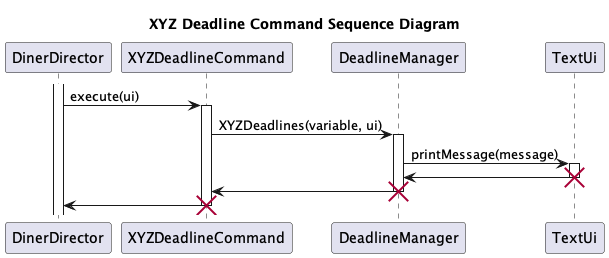
This is docs/uml/images/XYZDeadlineDiagram.png from nus-cs2113-AY2223S2/tp, a PlantUML export, as it was before one commit. Its source is kept beside it as docs/uml/XYZDeadlineDiagram.puml. The source it was exported from:
```plantuml
@startuml
title XYZ Deadline Command Sequence Diagram

activate DinerDirector

DinerDirector -> XYZDeadlineCommand: execute(ui)
activate XYZDeadlineCommand

XYZDeadlineCommand -> DeadlineManager: XYZDeadlines(variable, ui)
activate DeadlineManager

DeadlineManager -> TextUi: printMessage(message)
activate TextUi

TextUi -> DeadlineManager
deactivate TextUi
destroy TextUi

DeadlineManager -> XYZDeadlineCommand
deactivate DeadlineManager
destroy DeadlineManager

XYZDeadlineCommand -> DinerDirector
deactivate XYZDeadlineCommand
destroy XYZDeadlineCommand


@enduml
```
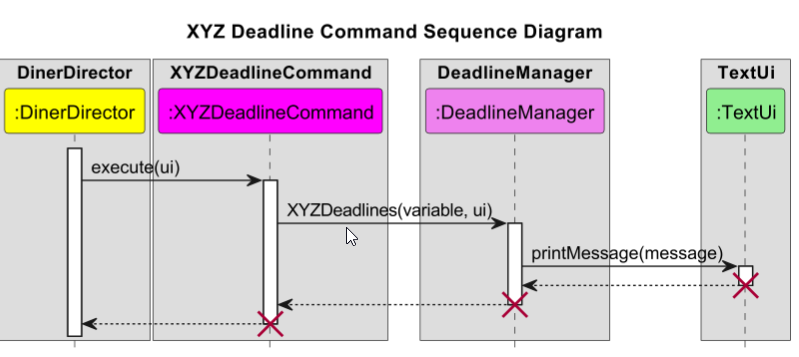
The same file after the commit.

Commit message:
Update Deadline sequence diagram

The edit, as a diff of the source:
```diff
@@ -1,6 +1,19 @@
 @startuml
+!include Style.puml
+
 title XYZ Deadline Command Sequence Diagram
-
+box "DinerDirector"
+participant ":DinerDirector" as DinerDirector DINERDIRECTOR_COLOR
+endbox
+box "XYZDeadlineCommand"
+participant ":XYZDeadlineCommand" as XYZDeadlineCommand COMMAND_COLOR
+endbox
+box "DeadlineManager"
+participant ":DeadlineManager" as DeadlineManager MANAGER_COLOR
+endbox
+box "TextUi"
+participant ":TextUi" as TextUi UI_COLOR
+endbox
 activate DinerDirector
 
 DinerDirector -> XYZDeadlineCommand: execute(ui)
@@ -12,16 +25,13 @@
 DeadlineManager -> TextUi: printMessage(message)
 activate TextUi
 
-TextUi -> DeadlineManager
-deactivate TextUi
+return
 destroy TextUi
 
-DeadlineManager -> XYZDeadlineCommand
-deactivate DeadlineManager
+return
 destroy DeadlineManager
 
-XYZDeadlineCommand -> DinerDirector
-deactivate XYZDeadlineCommand
+return
 destroy XYZDeadlineCommand
 
 
```
